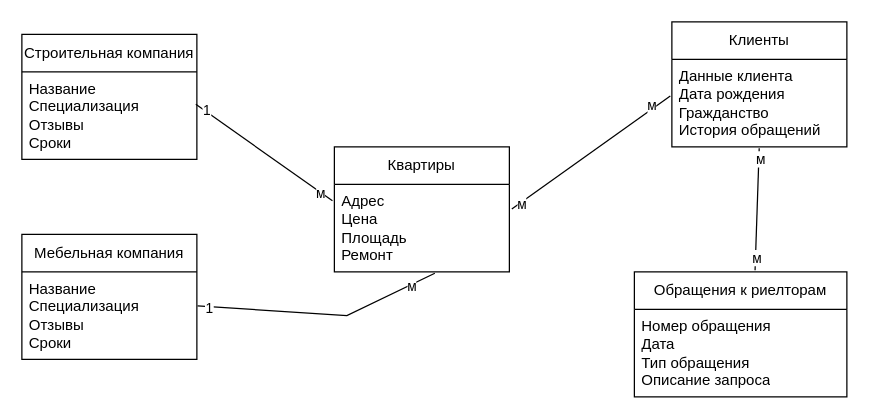
frezzz1/practica keeps this draw.io diagram as Диаграмма без названия.drawio. Above is the earlier version. Source tidied: cells renumbered, new cells numbered last; positions are measured from the earlier drawing's top-left corner, leaving out a move shared by most shapes. Both pictures are drawn from the tidied source at 125%, with x=0, y=0 at pixel (21, 21).
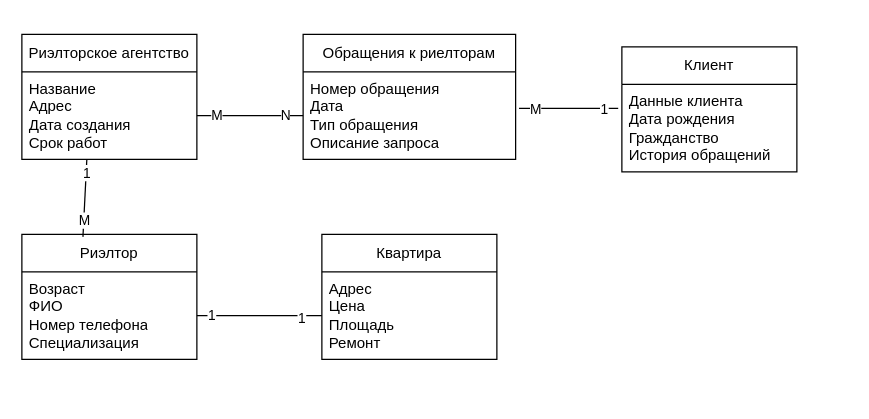
The same page after the edit.

Unchanged cells that the change refers to:
```xml
<mxCell id="3" value="Адрес&lt;br&gt;Цена&lt;br&gt;Площадь&lt;br&gt;Ремонт&lt;br&gt;" style="text;strokeColor=none;fillColor=none;align=left;verticalAlign=middle;spacingLeft=4;spacingRight=4;overflow=hidden;points=[[0,0.5],[1,0.5]];portConstraint=eastwest;whiteSpace=wrap;html=1;" parent="2" vertex="1">
  <mxGeometry y="30" width="140" height="70" as="geometry" />
</mxCell>
<mxCell id="5" value="Данные клиента&lt;br&gt;Дата рождения&lt;br&gt;Гражданство&lt;br&gt;История обращений" style="text;strokeColor=none;fillColor=none;align=left;verticalAlign=middle;spacingLeft=4;spacingRight=4;overflow=hidden;points=[[0,0.5],[1,0.5]];portConstraint=eastwest;whiteSpace=wrap;html=1;" parent="4" vertex="1">
  <mxGeometry y="30" width="140" height="70" as="geometry" />
</mxCell>
<mxCell id="7" value="Номер обращения&lt;br&gt;Дата&lt;br&gt;Тип обращения&lt;br&gt;Описание запроса" style="text;strokeColor=none;fillColor=none;align=left;verticalAlign=middle;spacingLeft=4;spacingRight=4;overflow=hidden;points=[[0,0.5],[1,0.5]];portConstraint=eastwest;whiteSpace=wrap;html=1;" parent="6" vertex="1">
  <mxGeometry y="30" width="170" height="70" as="geometry" />
</mxCell>
```

What changed in the source:
```diff
@@
-    <mxCell id="2" value="Квартиры" style="swimlane;fontStyle=0;horizontal=1;startSize=30;whiteSpace=wrap;html=1;" parent="1" vertex="1">
-      <mxGeometry x="250" y="100" width="140" height="100" as="geometry" />
+    <mxCell id="2" value="Квартира" style="swimlane;fontStyle=0;horizontal=1;startSize=30;whiteSpace=wrap;html=1;" parent="1" vertex="1">
+      <mxGeometry x="240" y="170" width="140" height="100" as="geometry" />
     </mxCell>
@@
-    <mxCell id="4" value="Клиенты" style="swimlane;fontStyle=0;horizontal=1;startSize=30;whiteSpace=wrap;html=1;" parent="1" vertex="1">
-      <mxGeometry x="520" width="140" height="100" as="geometry" />
+    <mxCell id="4" value="Клиент" style="swimlane;fontStyle=0;horizontal=1;startSize=30;whiteSpace=wrap;html=1;" parent="1" vertex="1">
+      <mxGeometry x="480" y="20" width="140" height="100" as="geometry" />
     </mxCell>
@@
     <mxCell id="6" value="Обращения к риелторам" style="swimlane;fontStyle=0;horizontal=1;startSize=30;whiteSpace=wrap;html=1;" parent="1" vertex="1">
-      <mxGeometry x="490" y="200" width="170" height="100" as="geometry" />
+      <mxGeometry x="225" y="10" width="170" height="100" as="geometry" />
     </mxCell>
@@
-    <mxCell id="8" value="Строительная компания" style="swimlane;fontStyle=0;horizontal=1;startSize=30;whiteSpace=wrap;html=1;" parent="1" vertex="1">
+    <mxCell id="8" value="Риэлторское агентство" style="swimlane;fontStyle=0;horizontal=1;startSize=30;whiteSpace=wrap;html=1;" parent="1" vertex="1">
       <mxGeometry y="10" width="140" height="100" as="geometry" />
     </mxCell>
-    <mxCell id="9" value="Название&lt;br&gt;Специализация&lt;br&gt;Отзывы&lt;br&gt;Сроки" style="text;strokeColor=none;fillColor=none;align=left;verticalAlign=middle;spacingLeft=4;spacingRight=4;overflow=hidden;points=[[0,0.5],[1,0.5]];portConstraint=eastwest;whiteSpace=wrap;html=1;" parent="8" vertex="1">
+    <mxCell id="9" value="Название&lt;br&gt;Адрес&lt;br&gt;Дата создания&lt;br&gt;Срок работ" style="text;strokeColor=none;fillColor=none;align=left;verticalAlign=middle;spacingLeft=4;spacingRight=4;overflow=hidden;points=[[0,0.5],[1,0.5]];portConstraint=eastwest;whiteSpace=wrap;html=1;" parent="8" vertex="1">
       <mxGeometry y="30" width="140" height="70" as="geometry" />
     </mxCell>
-    <mxCell id="10" value="Мебельная компания" style="swimlane;fontStyle=0;horizontal=1;startSize=30;whiteSpace=wrap;html=1;" parent="1" vertex="1">
+    <mxCell id="10" value="Риэлтор" style="swimlane;fontStyle=0;horizontal=1;startSize=30;whiteSpace=wrap;html=1;" parent="1" vertex="1">
       <mxGeometry y="170" width="140" height="100" as="geometry" />
     </mxCell>
-    <mxCell id="11" value="Название&lt;br&gt;Специализация&lt;br&gt;Отзывы&lt;br&gt;Сроки" style="text;strokeColor=none;fillColor=none;align=left;verticalAlign=middle;spacingLeft=4;spacingRight=4;overflow=hidden;points=[[0,0.5],[1,0.5]];portConstraint=eastwest;whiteSpace=wrap;html=1;" parent="10" vertex="1">
+    <mxCell id="11" value="Возраст&lt;br&gt;ФИО&lt;br&gt;Номер телефона&lt;br&gt;Специализация" style="text;strokeColor=none;fillColor=none;align=left;verticalAlign=middle;spacingLeft=4;spacingRight=4;overflow=hidden;points=[[0,0.5],[1,0.5]];portConstraint=eastwest;whiteSpace=wrap;html=1;" parent="10" vertex="1">
       <mxGeometry y="30" width="140" height="70" as="geometry" />
     </mxCell>
-    <mxCell id="12" style="endArrow=none;html=1;rounded=0;exitX=0.994;exitY=0.371;exitDx=0;exitDy=0;exitPerimeter=0;entryX=-0.011;entryY=0.188;entryDx=0;entryDy=0;entryPerimeter=0;" parent="1" edge="1" source="9" target="3">
-      <mxGeometry relative="1" as="geometry" />
-    </mxCell>
-    <mxCell id="13" value="1" style="edgeLabel;html=1;align=center;verticalAlign=middle;" parent="12" vertex="1">
-      <mxGeometry x="-0.85" y="1" relative="1" as="geometry" />
-    </mxCell>
-    <mxCell id="14" value="м" style="edgeLabel;html=1;align=center;verticalAlign=middle;" parent="12" vertex="1">
-      <mxGeometry x="0.82" relative="1" as="geometry" />
-    </mxCell>
+    <mxCell id="24" style="endArrow=none;html=1;rounded=0;exitX=0.371;exitY=1.006;exitDx=0;exitDy=0;exitPerimeter=0;entryX=0.349;entryY=0.02;entryDx=0;entryDy=0;entryPerimeter=0;" parent="1" edge="1" source="9" target="10">
+      <mxGeometry relative="1" as="geometry" />
+    </mxCell>
+    <mxCell id="25" value="1" style="edgeLabel;html=1;align=center;verticalAlign=middle;" parent="24" vertex="1">
+      <mxGeometry x="-0.67" relative="1" as="geometry" />
+    </mxCell>
+    <mxCell id="26" value="M" style="edgeLabel;html=1;align=center;verticalAlign=middle;" parent="24" vertex="1">
+      <mxGeometry x="0.55" relative="1" as="geometry" />
+    </mxCell>
-    <mxCell id="15" style="endArrow=none;html=1;rounded=0;entryX=0.574;entryY=1.016;entryDx=0;entryDy=0;entryPerimeter=0;exitX=1.004;exitY=0.389;exitDx=0;exitDy=0;exitPerimeter=0;" parent="1" edge="1" source="11" target="3">
-      <mxGeometry relative="1" as="geometry">
-        <Array as="points">
-          <mxPoint x="260" y="235" />
-        </Array>
-      </mxGeometry>
+    <mxCell id="15" style="endArrow=none;html=1;rounded=0;exitX=1;exitY=0.5;exitDx=0;exitDy=0;entryX=0;entryY=0.5;entryDx=0;entryDy=0;" parent="1" edge="1" source="11" target="3">
+      <mxGeometry relative="1" as="geometry" />
     </mxCell>
-    <mxCell id="16" value="1" style="edgeLabel;html=1;align=center;verticalAlign=middle;" parent="15" vertex="1">
-      <mxGeometry x="-0.91" y="-1" relative="1" as="geometry" />
-    </mxCell>
-    <mxCell id="17" value="м" style="edgeLabel;html=1;align=center;verticalAlign=middle;" parent="15" vertex="1">
-      <mxGeometry x="0.78" y="-1" relative="1" as="geometry" />
-    </mxCell>
-    <mxCell id="18" style="endArrow=none;html=1;rounded=0;entryX=-0.009;entryY=0.419;entryDx=0;entryDy=0;entryPerimeter=0;exitX=1.014;exitY=0.281;exitDx=0;exitDy=0;exitPerimeter=0;" parent="1" edge="1" source="3" target="5">
-      <mxGeometry relative="1" as="geometry" />
-    </mxCell>
-    <mxCell id="19" value="м" style="edgeLabel;html=1;align=center;verticalAlign=middle;" parent="18" vertex="1">
-      <mxGeometry x="0.79" y="3" relative="1" as="geometry" />
-    </mxCell>
-    <mxCell id="20" value="м" style="edgeLabel;html=1;align=center;verticalAlign=middle;" parent="18" vertex="1">
-      <mxGeometry x="-0.88" y="-1" relative="1" as="geometry" />
-    </mxCell>
-    <mxCell id="21" style="endArrow=none;html=1;rounded=0;exitX=0.499;exitY=1.016;exitDx=0;exitDy=0;exitPerimeter=0;entryX=0.568;entryY=-0.013;entryDx=0;entryDy=0;entryPerimeter=0;" parent="1" edge="1" source="5" target="6">
-      <mxGeometry relative="1" as="geometry" />
-    </mxCell>
-    <mxCell id="22" value="м" style="edgeLabel;html=1;align=center;verticalAlign=middle;" parent="21" vertex="1">
-      <mxGeometry x="-0.83" y="1" relative="1" as="geometry" />
-    </mxCell>
-    <mxCell id="23" value="м" style="edgeLabel;html=1;align=center;verticalAlign=middle;" parent="21" vertex="1">
-      <mxGeometry x="0.79" y="1" relative="1" as="geometry" />
-    </mxCell>
+    <mxCell id="27" value="1" style="edgeLabel;html=1;align=center;verticalAlign=middle;" parent="15" vertex="1">
+      <mxGeometry x="-0.78" y="1" relative="1" as="geometry" />
+    </mxCell>
+    <mxCell id="28" value="1" style="edgeLabel;html=1;align=center;verticalAlign=middle;" parent="15" vertex="1">
+      <mxGeometry x="0.65" y="-1" relative="1" as="geometry" />
+    </mxCell>
+    <mxCell id="29" style="endArrow=none;html=1;rounded=0;exitX=1;exitY=0.5;exitDx=0;exitDy=0;entryX=0;entryY=0.5;entryDx=0;entryDy=0;" parent="1" edge="1" source="9" target="7">
+      <mxGeometry relative="1" as="geometry" />
+    </mxCell>
+    <mxCell id="30" value="N" style="edgeLabel;html=1;align=center;verticalAlign=middle;" parent="29" vertex="1">
+      <mxGeometry x="0.64" y="1" relative="1" as="geometry" />
+    </mxCell>
+    <mxCell id="31" value="M" style="edgeLabel;html=1;align=center;verticalAlign=middle;" parent="29" vertex="1">
+      <mxGeometry x="-0.64" y="1" relative="1" as="geometry" />
+    </mxCell>
+    <mxCell id="32" style="endArrow=none;html=1;rounded=0;exitX=1.016;exitY=0.417;exitDx=0;exitDy=0;entryX=-0.021;entryY=0.274;entryDx=0;entryDy=0;exitPerimeter=0;entryPerimeter=0;" parent="1" edge="1" source="7" target="5">
+      <mxGeometry relative="1" as="geometry" />
+    </mxCell>
+    <mxCell id="33" value="1" style="edgeLabel;html=1;align=center;verticalAlign=middle;" parent="32" vertex="1">
+      <mxGeometry x="0.71" relative="1" as="geometry" />
+    </mxCell>
+    <mxCell id="34" value="M" style="edgeLabel;html=1;align=center;verticalAlign=middle;" parent="32" vertex="1">
+      <mxGeometry x="-0.66" relative="1" as="geometry" />
+    </mxCell>
```
